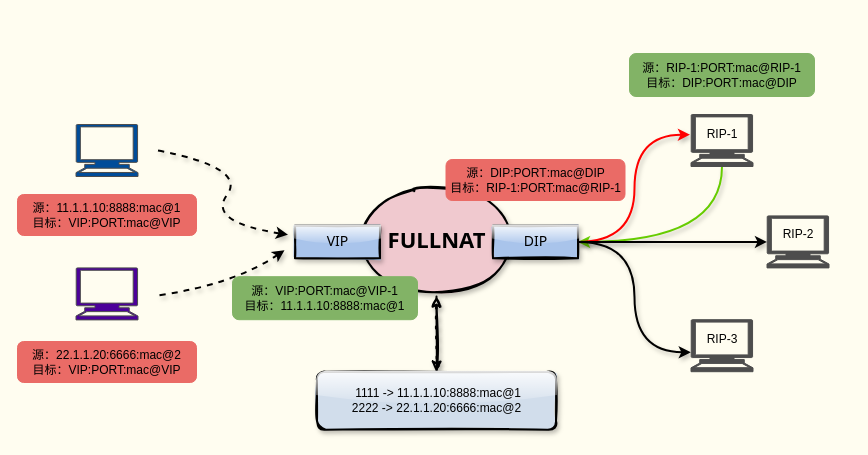
The draw.io diagram pictures/负载均衡/fullnat.drawio in boxtsecond/draw, before the edit. Source tidied: cells renumbered, new cells numbered last; positions are measured from the earlier drawing's top-left corner, leaving out a move shared by most shapes. Both pictures are drawn from the tidied source at 100%, with x=0, y=0 at pixel (17, 53).
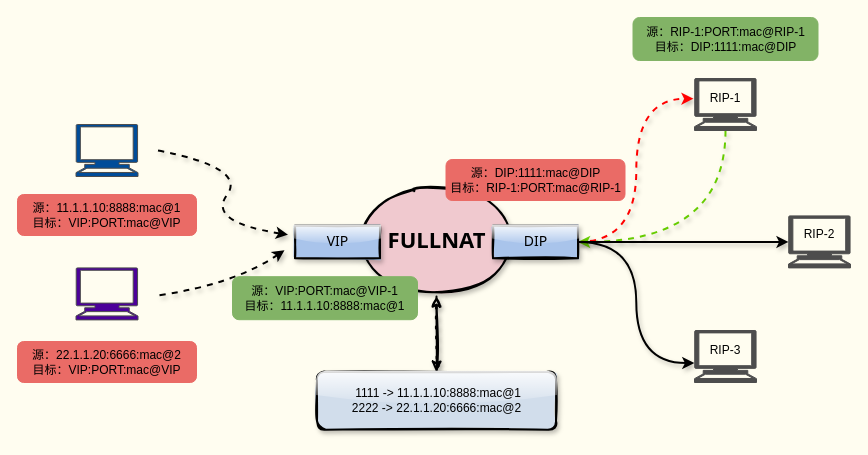
After the change.

Unchanged cells that the change refers to:
```xml
<mxCell id="12" value="DIP" style="rounded=0;whiteSpace=wrap;html=1;shadow=1;glass=1;sketch=1;strokeColor=#000000;strokeWidth=2;fontFamily=Tahoma;fontSize=14;fillStyle=solid;fillColor=#A9C4EB;" parent="1" vertex="1">
  <mxGeometry x="475.5" y="172" width="85" height="32.8" as="geometry" />
</mxCell>
```

Diff of the diagram source:
```diff
@@
-    <mxCell id="2" style="edgeStyle=orthogonalEdgeStyle;jettySize=auto;html=1;exitX=0.5;exitY=1;exitDx=0;exitDy=0;exitPerimeter=0;entryX=1;entryY=0.5;entryDx=0;entryDy=0;strokeWidth=2;curved=1;shadow=1;sketch=0;strokeColor=#66CC00;" parent="1" edge="1" source="14" target="12">
+    <mxCell id="2" style="edgeStyle=orthogonalEdgeStyle;jettySize=auto;html=1;exitX=0.5;exitY=1;exitDx=0;exitDy=0;exitPerimeter=0;entryX=1;entryY=0.5;entryDx=0;entryDy=0;strokeWidth=2;curved=1;shadow=1;sketch=0;strokeColor=#66CC00;dashed=1;" parent="1" edge="1" source="14" target="12">
       <mxGeometry relative="1" as="geometry" />
     </mxCell>
@@
-    <mxCell id="9" style="edgeStyle=orthogonalEdgeStyle;sketch=0;jettySize=auto;html=1;exitX=1;exitY=0.5;exitDx=0;exitDy=0;entryX=-0.016;entryY=0.388;entryDx=0;entryDy=0;entryPerimeter=0;shadow=1;strokeWidth=2;curved=1;strokeColor=#FF0000;" parent="1" edge="1" source="12" target="14">
+    <mxCell id="9" style="edgeStyle=orthogonalEdgeStyle;sketch=0;jettySize=auto;html=1;exitX=1;exitY=0.5;exitDx=0;exitDy=0;entryX=-0.016;entryY=0.388;entryDx=0;entryDy=0;entryPerimeter=0;shadow=1;strokeWidth=2;curved=1;strokeColor=#FF0000;dashed=1;" parent="1" edge="1" source="12" target="14">
       <mxGeometry relative="1" as="geometry" />
     </mxCell>
@@
     <mxCell id="14" style="shape=mxgraph.signs.tech.computer;html=1;verticalLabelPosition=bottom;verticalAlign=top;align=center;labelBackgroundColor=none;fontColor=#ffffff;fillColor=#4D4D4D;strokeColor=#4D4D4D;" parent="1" vertex="1">
-      <mxGeometry x="673.5" y="61" width="62" height="52" as="geometry" />
+      <mxGeometry x="677" y="25" width="62" height="52" as="geometry" />
     </mxCell>
     <mxCell id="15" style="shape=mxgraph.signs.tech.computer;html=1;verticalLabelPosition=bottom;verticalAlign=top;align=center;labelBackgroundColor=none;fontColor=#ffffff;fillColor=#4D4D4D;strokeColor=#4D4D4D;" parent="1" vertex="1">
-      <mxGeometry x="749.5" y="162.4" width="62" height="52" as="geometry" />
+      <mxGeometry x="771" y="162.4" width="62" height="52" as="geometry" />
     </mxCell>
     <mxCell id="16" style="shape=mxgraph.signs.tech.computer;html=1;verticalLabelPosition=bottom;verticalAlign=top;align=center;labelBackgroundColor=none;fontColor=#ffffff;fillColor=#4D4D4D;strokeColor=#4D4D4D;" parent="1" vertex="1">
-      <mxGeometry x="673.5" y="266.2" width="62" height="52" as="geometry" />
+      <mxGeometry x="677" y="277" width="62" height="52" as="geometry" />
     </mxCell>
     <mxCell id="17" value="&lt;span style=&quot;color: rgb(0, 0, 0); font-family: helvetica; font-size: 12px; font-style: normal; font-weight: 400; letter-spacing: normal; text-align: center; text-indent: 0px; text-transform: none; word-spacing: 0px; display: inline; float: none;&quot;&gt;RIP-1&lt;/span&gt;" style="text;html=1;strokeColor=none;fillColor=none;align=center;verticalAlign=middle;whiteSpace=wrap;rounded=0;labelBackgroundColor=none;" parent="1" vertex="1">
-      <mxGeometry x="684.5" y="71" width="40" height="20" as="geometry" />
+      <mxGeometry x="688" y="35" width="40" height="20" as="geometry" />
     </mxCell>
     <mxCell id="18" value="&lt;span style=&quot;color: rgb(0, 0, 0); font-family: helvetica; font-size: 12px; font-style: normal; font-weight: 400; letter-spacing: normal; text-align: center; text-indent: 0px; text-transform: none; word-spacing: 0px; display: inline; float: none;&quot;&gt;RIP-2&lt;/span&gt;" style="text;html=1;strokeColor=none;fillColor=none;align=center;verticalAlign=middle;whiteSpace=wrap;rounded=0;labelBackgroundColor=none;" parent="1" vertex="1">
-      <mxGeometry x="760.5" y="171.4" width="40" height="20" as="geometry" />
+      <mxGeometry x="782" y="171.4" width="40" height="20" as="geometry" />
     </mxCell>
     <mxCell id="19" value="&lt;span style=&quot;color: rgb(0, 0, 0); font-family: helvetica; font-size: 12px; font-style: normal; font-weight: 400; letter-spacing: normal; text-align: center; text-indent: 0px; text-transform: none; word-spacing: 0px; display: inline; float: none;&quot;&gt;RIP-3&lt;/span&gt;" style="text;html=1;strokeColor=none;fillColor=none;align=center;verticalAlign=middle;whiteSpace=wrap;rounded=0;labelBackgroundColor=none;" parent="1" vertex="1">
-      <mxGeometry x="684.5" y="276.2" width="40" height="20" as="geometry" />
+      <mxGeometry x="688" y="287" width="40" height="20" as="geometry" />
     </mxCell>
-    <mxCell id="20" value="源：DIP:PORT&lt;span style=&quot;font-family: &amp;#34;helvetica&amp;#34;&quot;&gt;:mac@DIP&lt;/span&gt;&lt;br&gt;目标：RIP-1:PORT:mac@RIP-1" style="rounded=1;whiteSpace=wrap;html=1;fillColor=#EA6B66;strokeColor=#EA6B66;" parent="1" vertex="1">
+    <mxCell id="20" value="源：DIP:1111&lt;span style=&quot;font-family: &amp;#34;helvetica&amp;#34;&quot;&gt;:mac@DIP&lt;/span&gt;&lt;br&gt;目标：RIP-1:PORT:mac@RIP-1" style="rounded=1;whiteSpace=wrap;html=1;fillColor=#EA6B66;strokeColor=#EA6B66;" parent="1" vertex="1">
       <mxGeometry x="428.5" y="106" width="179" height="41" as="geometry" />
     </mxCell>
-    <mxCell id="21" value="源：RIP-1:PORT:mac@RIP-1&lt;br&gt;目标：DIP:PORT&lt;span style=&quot;font-family: &amp;#34;helvetica&amp;#34;&quot;&gt;:mac@DIP&lt;/span&gt;" style="rounded=1;whiteSpace=wrap;html=1;strokeColor=#82b366;fillColor=#82B366;" parent="1" vertex="1">
-      <mxGeometry x="612" width="185" height="43" as="geometry" />
+    <mxCell id="21" value="源：RIP-1:PORT:mac@RIP-1&lt;br&gt;目标：DIP:1111&lt;span style=&quot;font-family: &amp;#34;helvetica&amp;#34;&quot;&gt;:mac@DIP&lt;/span&gt;" style="rounded=1;whiteSpace=wrap;html=1;strokeColor=#82b366;fillColor=#82B366;" parent="1" vertex="1">
+      <mxGeometry x="615.5" y="-36" width="185" height="43" as="geometry" />
     </mxCell>
```
